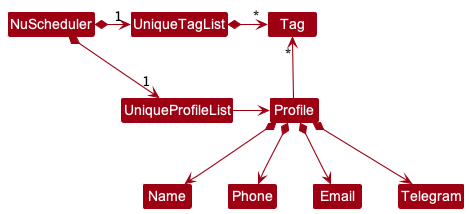
Earlier version of the PlantUML export docs/images/BetterModelClassDiagram.png (nus-cs2103-AY2223S1/tp).
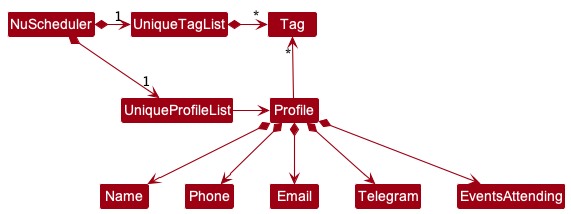
Later version of the same file.

What changed in the source:
```diff
@@ -18,4 +18,5 @@
 Profile *--> Phone
 Profile *--> Email
 Profile *--> Telegram
+Profile *--> EventsAttending
 @enduml
```
